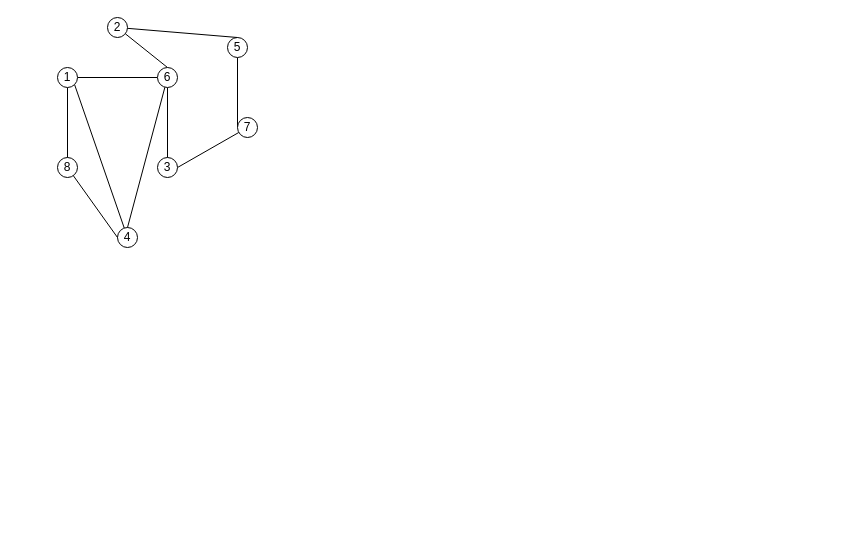
zjtone/RL-Note keeps this draw.io diagram as rl embedding note.drawio. Above is the earlier version. Source tidied: cells renumbered, new cells numbered last; positions are measured from the earlier drawing's top-left corner, leaving out a move shared by most shapes. Both pictures are drawn from the tidied source at 100%, with x=0, y=0 at pixel (57, 17).
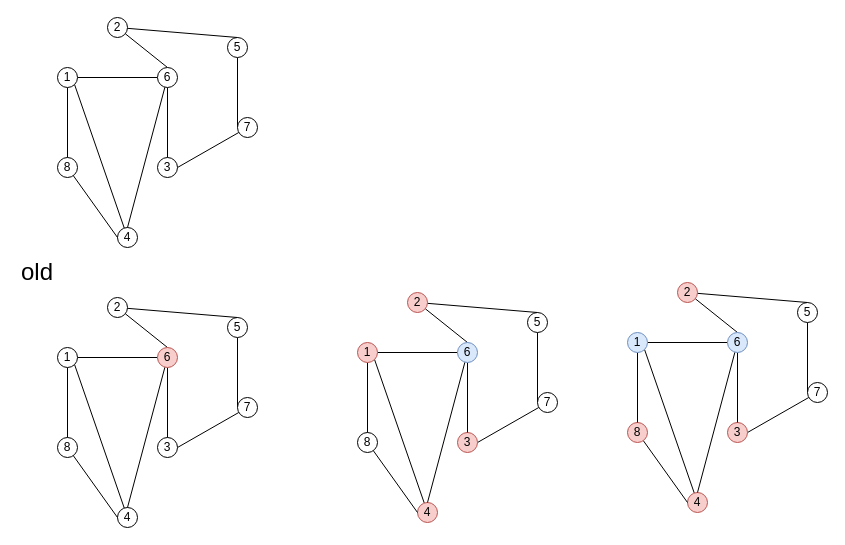
The same page after the edit.

The edit, as a diff of the source:
```diff
@@
+    <mxCell id="20" style="edgeStyle=none;rounded=0;jettySize=auto;html=1;entryX=1;entryY=1;entryDx=0;entryDy=0;endArrow=none;endFill=0;" parent="1" edge="1" source="21" target="34">
+      <mxGeometry relative="1" as="geometry" />
+    </mxCell>
+    <mxCell id="21" value="4" style="ellipse;whiteSpace=wrap;html=1;" parent="1" vertex="1">
+      <mxGeometry x="60" y="490" width="20" height="20" as="geometry" />
+    </mxCell>
+    <mxCell id="22" style="edgeStyle=none;rounded=0;jettySize=auto;html=1;entryX=0;entryY=0.5;entryDx=0;entryDy=0;endArrow=none;endFill=0;" parent="1" edge="1" source="23" target="28">
+      <mxGeometry relative="1" as="geometry" />
+    </mxCell>
+    <mxCell id="23" value="5" style="ellipse;whiteSpace=wrap;html=1;" parent="1" vertex="1">
+      <mxGeometry x="170" y="300" width="20" height="20" as="geometry" />
+    </mxCell>
+    <mxCell id="24" style="edgeStyle=none;rounded=0;jettySize=auto;html=1;entryX=0.5;entryY=0;entryDx=0;entryDy=0;endArrow=none;endFill=0;" parent="1" edge="1" source="26" target="23">
+      <mxGeometry relative="1" as="geometry" />
+    </mxCell>
+    <mxCell id="25" style="edgeStyle=none;rounded=0;jettySize=auto;html=1;entryX=0.5;entryY=0;entryDx=0;entryDy=0;endArrow=none;endFill=0;" parent="1" edge="1" source="26" target="37">
+      <mxGeometry relative="1" as="geometry" />
+    </mxCell>
+    <mxCell id="26" value="2" style="ellipse;whiteSpace=wrap;html=1;" parent="1" vertex="1">
+      <mxGeometry x="50" y="280" width="20" height="20" as="geometry" />
+    </mxCell>
+    <mxCell id="27" style="edgeStyle=none;rounded=0;jettySize=auto;html=1;entryX=1;entryY=0.5;entryDx=0;entryDy=0;endArrow=none;endFill=0;" parent="1" edge="1" source="28" target="31">
+      <mxGeometry relative="1" as="geometry" />
+    </mxCell>
+    <mxCell id="28" value="7" style="ellipse;whiteSpace=wrap;html=1;" parent="1" vertex="1">
+      <mxGeometry x="180" y="380" width="20" height="20" as="geometry" />
+    </mxCell>
+    <mxCell id="29" style="edgeStyle=none;rounded=0;jettySize=auto;html=1;entryX=0;entryY=0.5;entryDx=0;entryDy=0;endArrow=none;endFill=0;" parent="1" edge="1" source="30" target="21">
+      <mxGeometry relative="1" as="geometry" />
+    </mxCell>
+    <mxCell id="30" value="8" style="ellipse;whiteSpace=wrap;html=1;" parent="1" vertex="1">
+      <mxGeometry y="420" width="20" height="20" as="geometry" />
+    </mxCell>
+    <mxCell id="31" value="3" style="ellipse;whiteSpace=wrap;html=1;" parent="1" vertex="1">
+      <mxGeometry x="100" y="420" width="20" height="20" as="geometry" />
+    </mxCell>
+    <mxCell id="32" style="edgeStyle=orthogonalEdgeStyle;rounded=0;jettySize=auto;html=1;entryX=0.5;entryY=0;entryDx=0;entryDy=0;endArrow=none;endFill=0;" parent="1" edge="1" source="34" target="30">
+      <mxGeometry relative="1" as="geometry" />
+    </mxCell>
+    <mxCell id="33" style="edgeStyle=none;rounded=0;jettySize=auto;html=1;entryX=0;entryY=0.5;entryDx=0;entryDy=0;endArrow=none;endFill=0;" parent="1" edge="1" source="34" target="37">
+      <mxGeometry relative="1" as="geometry" />
+    </mxCell>
+    <mxCell id="34" value="1" style="ellipse;whiteSpace=wrap;html=1;" parent="1" vertex="1">
+      <mxGeometry y="330" width="20" height="20" as="geometry" />
+    </mxCell>
+    <mxCell id="35" style="edgeStyle=none;rounded=0;jettySize=auto;html=1;entryX=0.5;entryY=0;entryDx=0;entryDy=0;endArrow=none;endFill=0;" parent="1" edge="1" source="37" target="31">
+      <mxGeometry relative="1" as="geometry" />
+    </mxCell>
+    <mxCell id="36" style="edgeStyle=none;rounded=0;jettySize=auto;html=1;entryX=0.5;entryY=0;entryDx=0;entryDy=0;endArrow=none;endFill=0;" parent="1" edge="1" source="37" target="21">
+      <mxGeometry relative="1" as="geometry" />
+    </mxCell>
+    <mxCell id="37" value="6" style="ellipse;whiteSpace=wrap;html=1;fillColor=#f8cecc;strokeColor=#b85450;" parent="1" vertex="1">
+      <mxGeometry x="100" y="330" width="20" height="20" as="geometry" />
+    </mxCell>
+    <mxCell id="38" style="edgeStyle=none;rounded=0;jettySize=auto;html=1;entryX=1;entryY=1;entryDx=0;entryDy=0;endArrow=none;endFill=0;" parent="1" edge="1" source="39" target="52">
+      <mxGeometry relative="1" as="geometry" />
+    </mxCell>
+    <mxCell id="39" value="4" style="ellipse;whiteSpace=wrap;html=1;fillColor=#f8cecc;strokeColor=#b85450;" parent="1" vertex="1">
+      <mxGeometry x="360" y="485" width="20" height="20" as="geometry" />
+    </mxCell>
+    <mxCell id="40" style="edgeStyle=none;rounded=0;jettySize=auto;html=1;entryX=0;entryY=0.5;entryDx=0;entryDy=0;endArrow=none;endFill=0;" parent="1" edge="1" source="41" target="46">
+      <mxGeometry relative="1" as="geometry" />
+    </mxCell>
+    <mxCell id="41" value="5" style="ellipse;whiteSpace=wrap;html=1;" parent="1" vertex="1">
+      <mxGeometry x="470" y="295" width="20" height="20" as="geometry" />
+    </mxCell>
+    <mxCell id="42" style="edgeStyle=none;rounded=0;jettySize=auto;html=1;entryX=0.5;entryY=0;entryDx=0;entryDy=0;endArrow=none;endFill=0;" parent="1" edge="1" source="44" target="41">
+      <mxGeometry relative="1" as="geometry" />
+    </mxCell>
+    <mxCell id="43" style="edgeStyle=none;rounded=0;jettySize=auto;html=1;entryX=0.5;entryY=0;entryDx=0;entryDy=0;endArrow=none;endFill=0;" parent="1" edge="1" source="44" target="55">
+      <mxGeometry relative="1" as="geometry" />
+    </mxCell>
+    <mxCell id="44" value="2" style="ellipse;whiteSpace=wrap;html=1;fillColor=#f8cecc;strokeColor=#b85450;" parent="1" vertex="1">
+      <mxGeometry x="350" y="275" width="20" height="20" as="geometry" />
+    </mxCell>
+    <mxCell id="45" style="edgeStyle=none;rounded=0;jettySize=auto;html=1;entryX=1;entryY=0.5;entryDx=0;entryDy=0;endArrow=none;endFill=0;" parent="1" edge="1" source="46" target="49">
+      <mxGeometry relative="1" as="geometry" />
+    </mxCell>
+    <mxCell id="46" value="7" style="ellipse;whiteSpace=wrap;html=1;" parent="1" vertex="1">
+      <mxGeometry x="480" y="375" width="20" height="20" as="geometry" />
+    </mxCell>
+    <mxCell id="47" style="edgeStyle=none;rounded=0;jettySize=auto;html=1;entryX=0;entryY=0.5;entryDx=0;entryDy=0;endArrow=none;endFill=0;" parent="1" edge="1" source="48" target="39">
+      <mxGeometry relative="1" as="geometry" />
+    </mxCell>
+    <mxCell id="48" value="8" style="ellipse;whiteSpace=wrap;html=1;" parent="1" vertex="1">
+      <mxGeometry x="300" y="415" width="20" height="20" as="geometry" />
+    </mxCell>
+    <mxCell id="49" value="3" style="ellipse;whiteSpace=wrap;html=1;fillColor=#f8cecc;strokeColor=#b85450;" parent="1" vertex="1">
+      <mxGeometry x="400" y="415" width="20" height="20" as="geometry" />
+    </mxCell>
+    <mxCell id="50" style="edgeStyle=orthogonalEdgeStyle;rounded=0;jettySize=auto;html=1;entryX=0.5;entryY=0;entryDx=0;entryDy=0;endArrow=none;endFill=0;" parent="1" edge="1" source="52" target="48">
+      <mxGeometry relative="1" as="geometry" />
+    </mxCell>
+    <mxCell id="51" style="edgeStyle=none;rounded=0;jettySize=auto;html=1;entryX=0;entryY=0.5;entryDx=0;entryDy=0;endArrow=none;endFill=0;" parent="1" edge="1" source="52" target="55">
+      <mxGeometry relative="1" as="geometry" />
+    </mxCell>
+    <mxCell id="52" value="1" style="ellipse;whiteSpace=wrap;html=1;fillColor=#f8cecc;strokeColor=#b85450;" parent="1" vertex="1">
+      <mxGeometry x="300" y="325" width="20" height="20" as="geometry" />
+    </mxCell>
+    <mxCell id="53" style="edgeStyle=none;rounded=0;jettySize=auto;html=1;entryX=0.5;entryY=0;entryDx=0;entryDy=0;endArrow=none;endFill=0;" parent="1" edge="1" source="55" target="49">
+      <mxGeometry relative="1" as="geometry" />
+    </mxCell>
+    <mxCell id="54" style="edgeStyle=none;rounded=0;jettySize=auto;html=1;entryX=0.5;entryY=0;entryDx=0;entryDy=0;endArrow=none;endFill=0;" parent="1" edge="1" source="55" target="39">
+      <mxGeometry relative="1" as="geometry" />
+    </mxCell>
+    <mxCell id="55" value="6" style="ellipse;whiteSpace=wrap;html=1;fillColor=#dae8fc;strokeColor=#6c8ebf;" parent="1" vertex="1">
+      <mxGeometry x="400" y="325" width="20" height="20" as="geometry" />
+    </mxCell>
+    <mxCell id="56" style="edgeStyle=none;rounded=0;jettySize=auto;html=1;entryX=1;entryY=1;entryDx=0;entryDy=0;endArrow=none;endFill=0;" parent="1" edge="1" source="57" target="70">
+      <mxGeometry relative="1" as="geometry" />
+    </mxCell>
+    <mxCell id="57" value="4" style="ellipse;whiteSpace=wrap;html=1;fillColor=#f8cecc;strokeColor=#b85450;" parent="1" vertex="1">
+      <mxGeometry x="630" y="475" width="20" height="20" as="geometry" />
+    </mxCell>
+    <mxCell id="58" style="edgeStyle=none;rounded=0;jettySize=auto;html=1;entryX=0;entryY=0.5;entryDx=0;entryDy=0;endArrow=none;endFill=0;" parent="1" edge="1" source="59" target="64">
+      <mxGeometry relative="1" as="geometry" />
+    </mxCell>
+    <mxCell id="59" value="5" style="ellipse;whiteSpace=wrap;html=1;" parent="1" vertex="1">
+      <mxGeometry x="740" y="285" width="20" height="20" as="geometry" />
+    </mxCell>
+    <mxCell id="60" style="edgeStyle=none;rounded=0;jettySize=auto;html=1;entryX=0.5;entryY=0;entryDx=0;entryDy=0;endArrow=none;endFill=0;" parent="1" edge="1" source="62" target="59">
+      <mxGeometry relative="1" as="geometry" />
+    </mxCell>
+    <mxCell id="61" style="edgeStyle=none;rounded=0;jettySize=auto;html=1;entryX=0.5;entryY=0;entryDx=0;entryDy=0;endArrow=none;endFill=0;" parent="1" edge="1" source="62" target="73">
+      <mxGeometry relative="1" as="geometry" />
+    </mxCell>
+    <mxCell id="62" value="2" style="ellipse;whiteSpace=wrap;html=1;fillColor=#f8cecc;strokeColor=#b85450;" parent="1" vertex="1">
+      <mxGeometry x="620" y="265" width="20" height="20" as="geometry" />
+    </mxCell>
+    <mxCell id="63" style="edgeStyle=none;rounded=0;jettySize=auto;html=1;entryX=1;entryY=0.5;entryDx=0;entryDy=0;endArrow=none;endFill=0;" parent="1" edge="1" source="64" target="67">
+      <mxGeometry relative="1" as="geometry" />
+    </mxCell>
+    <mxCell id="64" value="7" style="ellipse;whiteSpace=wrap;html=1;" parent="1" vertex="1">
+      <mxGeometry x="750" y="365" width="20" height="20" as="geometry" />
+    </mxCell>
+    <mxCell id="65" style="edgeStyle=none;rounded=0;jettySize=auto;html=1;entryX=0;entryY=0.5;entryDx=0;entryDy=0;endArrow=none;endFill=0;" parent="1" edge="1" source="66" target="57">
+      <mxGeometry relative="1" as="geometry" />
+    </mxCell>
+    <mxCell id="66" value="8" style="ellipse;whiteSpace=wrap;html=1;fillColor=#f8cecc;strokeColor=#b85450;" parent="1" vertex="1">
+      <mxGeometry x="570" y="405" width="20" height="20" as="geometry" />
+    </mxCell>
+    <mxCell id="67" value="3" style="ellipse;whiteSpace=wrap;html=1;fillColor=#f8cecc;strokeColor=#b85450;" parent="1" vertex="1">
+      <mxGeometry x="670" y="405" width="20" height="20" as="geometry" />
+    </mxCell>
+    <mxCell id="68" style="edgeStyle=orthogonalEdgeStyle;rounded=0;jettySize=auto;html=1;entryX=0.5;entryY=0;entryDx=0;entryDy=0;endArrow=none;endFill=0;" parent="1" edge="1" source="70" target="66">
+      <mxGeometry relative="1" as="geometry" />
+    </mxCell>
+    <mxCell id="69" style="edgeStyle=none;rounded=0;jettySize=auto;html=1;entryX=0;entryY=0.5;entryDx=0;entryDy=0;endArrow=none;endFill=0;" parent="1" edge="1" source="70" target="73">
+      <mxGeometry relative="1" as="geometry" />
+    </mxCell>
+    <mxCell id="70" value="1" style="ellipse;whiteSpace=wrap;html=1;fillColor=#dae8fc;strokeColor=#6c8ebf;" parent="1" vertex="1">
+      <mxGeometry x="570" y="315" width="20" height="20" as="geometry" />
+    </mxCell>
+    <mxCell id="71" style="edgeStyle=none;rounded=0;jettySize=auto;html=1;entryX=0.5;entryY=0;entryDx=0;entryDy=0;endArrow=none;endFill=0;" parent="1" edge="1" source="73" target="67">
+      <mxGeometry relative="1" as="geometry" />
+    </mxCell>
+    <mxCell id="72" style="edgeStyle=none;rounded=0;jettySize=auto;html=1;entryX=0.5;entryY=0;entryDx=0;entryDy=0;endArrow=none;endFill=0;" parent="1" edge="1" source="73" target="57">
+      <mxGeometry relative="1" as="geometry" />
+    </mxCell>
+    <mxCell id="73" value="6" style="ellipse;whiteSpace=wrap;html=1;fillColor=#dae8fc;strokeColor=#6c8ebf;" parent="1" vertex="1">
+      <mxGeometry x="670" y="315" width="20" height="20" as="geometry" />
+    </mxCell>
+    <mxCell id="74" value="old" style="text;html=1;strokeColor=none;fillColor=none;align=center;verticalAlign=middle;whiteSpace=wrap;rounded=0;strokeWidth=4;fontSize=24;" parent="1" vertex="1">
+      <mxGeometry x="-40" y="245" width="40" height="20" as="geometry" />
+    </mxCell>
```
